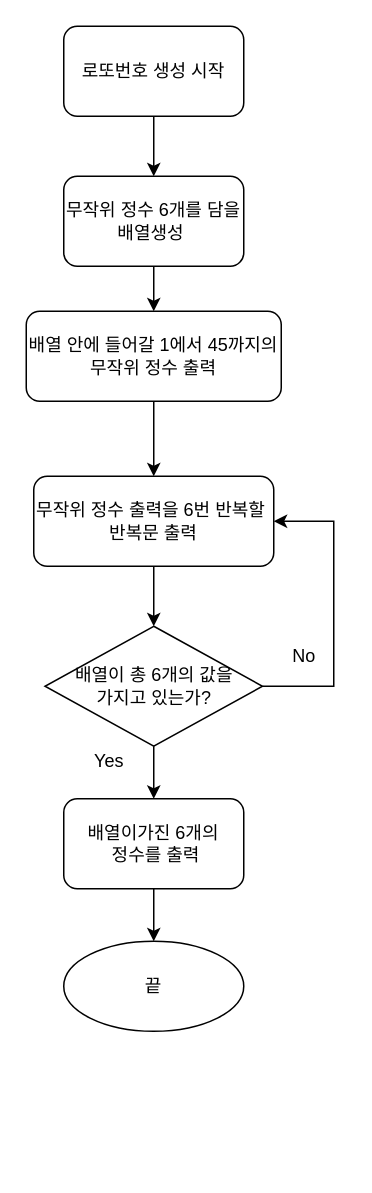
The draw.io diagram LottoFlow.drawio in yagom-academy/swift-starter-Round2, before the edit. Source tidied: cells renumbered, new cells numbered last; positions are measured from the earlier drawing's top-left corner, leaving out a move shared by most shapes. Both pictures are drawn from the tidied source at 150%, with x=0, y=0 at pixel (26, 26).
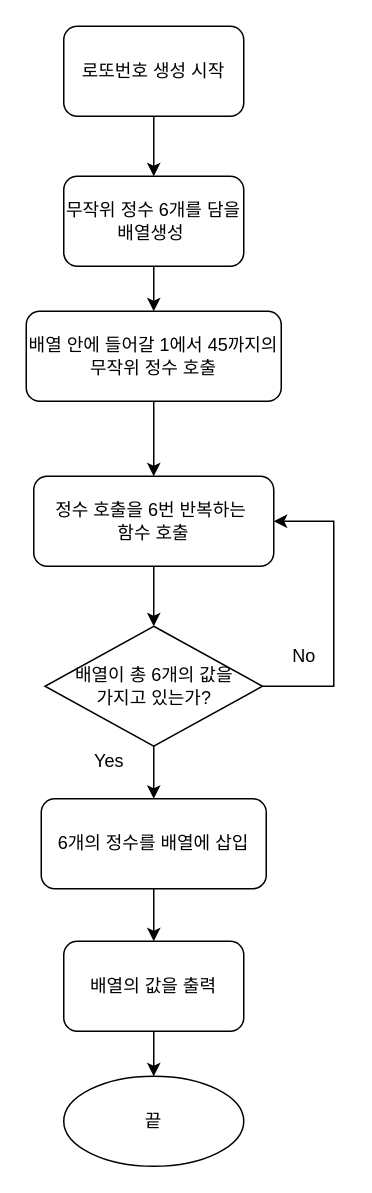
The same diagram, later.

Commit message (it also covers changes not shown here):
Docs: fix code flow

-

What changed in the source:
```diff
@@
-    <mxCell id="7" value="배열 안에 들어갈 1에서 45까지의 무작위 정수 출력" style="rounded=1;whiteSpace=wrap;html=1;" parent="1" vertex="1">
+    <mxCell id="7" value="배열 안에 들어갈 1에서 45까지의 무작위 정수 호출" style="rounded=1;whiteSpace=wrap;html=1;" parent="1" vertex="1">
       <mxGeometry y="190" width="170" height="60" as="geometry" />
     </mxCell>
@@
-    <mxCell id="11" style="edgeStyle=orthogonalEdgeStyle;rounded=0;jettySize=auto;html=1;" parent="1" edge="1" source="12" target="13">
-      <mxGeometry relative="1" as="geometry" />
-    </mxCell>
+    <mxCell id="18" style="edgeStyle=orthogonalEdgeStyle;rounded=0;jettySize=auto;html=1;" parent="1" edge="1" source="12" target="20">
+      <mxGeometry relative="1" as="geometry" />
+    </mxCell>
-    <mxCell id="12" value="배열이가진 6개의&lt;br&gt;&amp;nbsp;정수를 출력" style="rounded=1;whiteSpace=wrap;html=1;" parent="1" vertex="1">
-      <mxGeometry x="25" y="515" width="120" height="60" as="geometry" />
+    <mxCell id="12" value="6개의 정수를 배열에 삽입" style="rounded=1;whiteSpace=wrap;html=1;" parent="1" vertex="1">
+      <mxGeometry x="10" y="515" width="150" height="60" as="geometry" />
     </mxCell>
     <mxCell id="13" value="끝" style="ellipse;whiteSpace=wrap;html=1;" parent="1" vertex="1">
-      <mxGeometry x="25" y="610" width="120" height="60" as="geometry" />
+      <mxGeometry x="25" y="700" width="120" height="60" as="geometry" />
     </mxCell>
@@
-    <mxCell id="17" value="무작위 정수 출력을 6번 반복할&amp;nbsp;&lt;br&gt;반복문 출력" style="rounded=1;whiteSpace=wrap;html=1;" parent="1" vertex="1">
+    <mxCell id="17" value="정수 호출을 6번 반복하는&amp;nbsp;&lt;br&gt;함수 호출" style="rounded=1;whiteSpace=wrap;html=1;" parent="1" vertex="1">
       <mxGeometry x="5" y="300" width="160" height="60" as="geometry" />
     </mxCell>
+    <mxCell id="19" style="edgeStyle=orthogonalEdgeStyle;rounded=0;jettySize=auto;html=1;" parent="1" edge="1" source="20" target="13">
+      <mxGeometry relative="1" as="geometry" />
+    </mxCell>
+    <mxCell id="20" value="배열의 값을 출력" style="rounded=1;whiteSpace=wrap;html=1;" parent="1" vertex="1">
+      <mxGeometry x="25" y="610" width="120" height="60" as="geometry" />
+    </mxCell>
```
